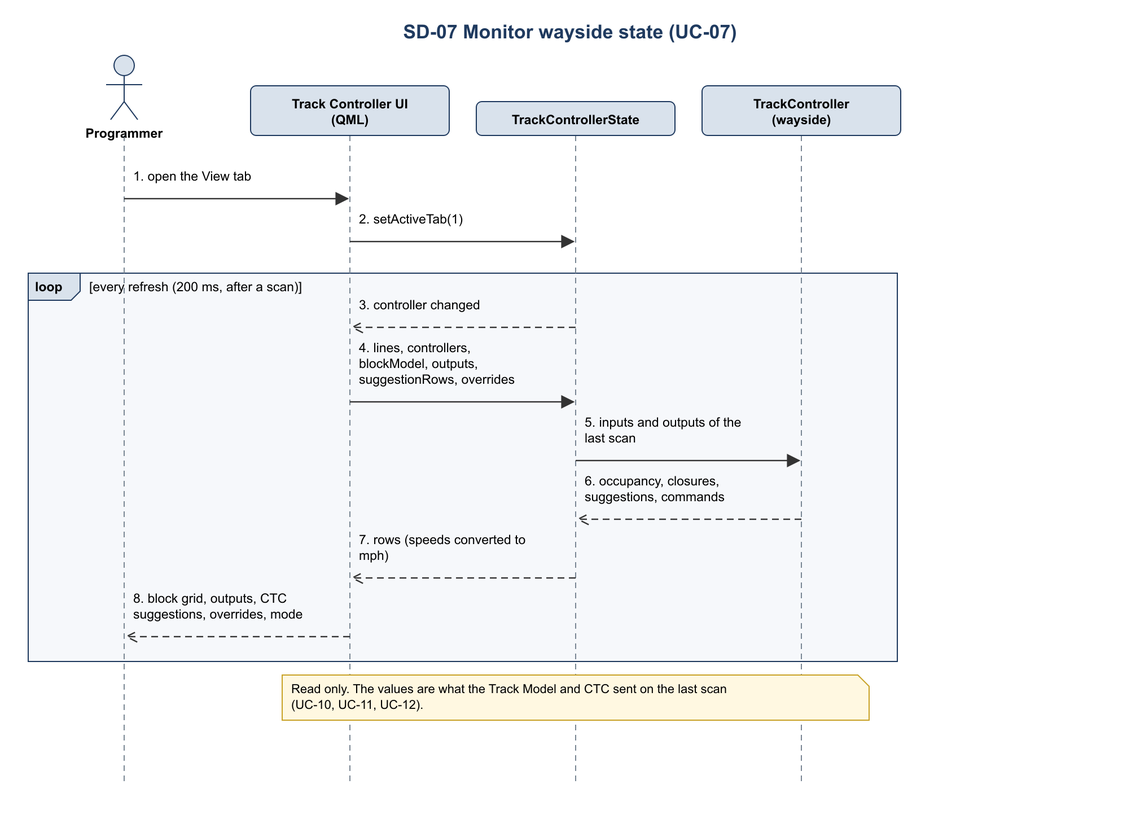
Above: documents/uml/track_ctrl_sw/sequence/sd07_monitor_wayside_state.png in Landiss04/Track-Overflow (Mermaid), before the change. Its source is kept beside it as documents/uml/track_ctrl_sw/sequence/sd07_monitor_wayside_state.mmd. Source of this version:
```mermaid
sequenceDiagram
    autonumber
    actor P as Programmer
    participant UI as Track Controller UI (QML)
    participant S as TrackControllerState
    participant W as TrackController (wayside)
    P->>UI: open the View tab
    UI->>S: setActiveTab(1)
    loop every refresh (200 ms, after a scan)
        S-->>UI: controller changed
        UI->>S: lines, controllers, blockModel, outputs, suggestionRows, overrides
        S->>W: inputs and outputs of the last scan
        W-->>S: occupancy, closures, suggestions, commands
        S-->>UI: rows (speeds converted to mph)
        UI-->>P: block grid, outputs, CTC suggestions, overrides, mode
    end
    Note over UI,W: Read only. The values are what the Track Model and CTC sent on the last scan (UC-10, UC-11, UC-12).
```
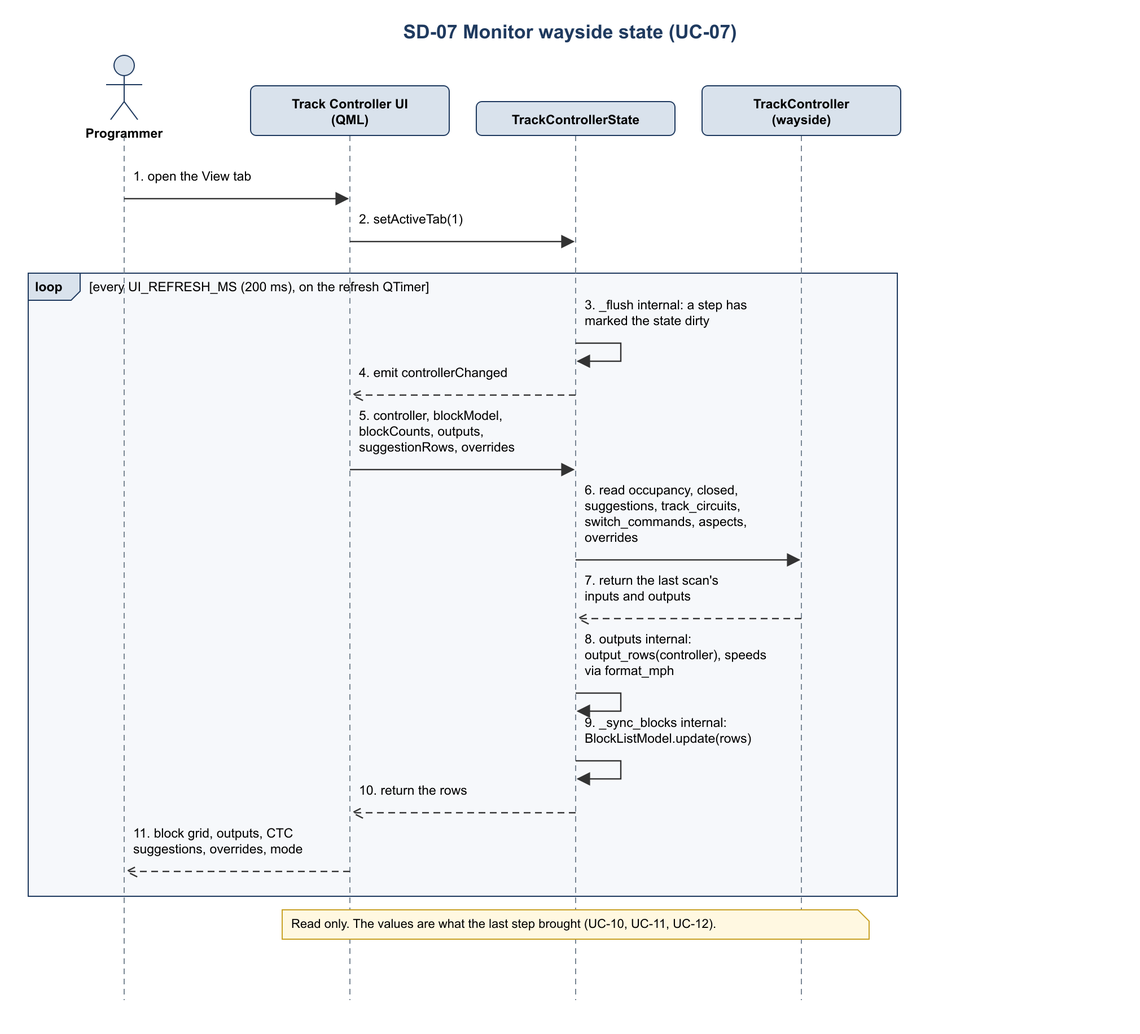
Later version of the same file.

Diff of the diagram source:
```diff
@@ -6,12 +6,15 @@
     participant W as TrackController (wayside)
     P->>UI: open the View tab
     UI->>S: setActiveTab(1)
-    loop every refresh (200 ms, after a scan)
-        S-->>UI: controller changed
-        UI->>S: lines, controllers, blockModel, outputs, suggestionRows, overrides
-        S->>W: inputs and outputs of the last scan
-        W-->>S: occupancy, closures, suggestions, commands
-        S-->>UI: rows (speeds converted to mph)
+    loop every UI_REFRESH_MS (200 ms), on the refresh QTimer
+        S->>S: _flush internal: a step has marked the state dirty
+        S-->>UI: emit controllerChanged
+        UI->>S: controller, blockModel, blockCounts, outputs, suggestionRows, overrides
+        S->>W: read occupancy, closed, suggestions, track_circuits, switch_commands, aspects, overrides
+        W-->>S: return the last scan's inputs and outputs
+        S->>S: outputs internal: output_rows(controller), speeds via format_mph
+        S->>S: _sync_blocks internal: BlockListModel.update(rows)
+        S-->>UI: return the rows
         UI-->>P: block grid, outputs, CTC suggestions, overrides, mode
     end
-    Note over UI,W: Read only. The values are what the Track Model and CTC sent on the last scan (UC-10, UC-11, UC-12).
+    Note over UI,W: Read only. The values are what the last step brought (UC-10, UC-11, UC-12).
```
